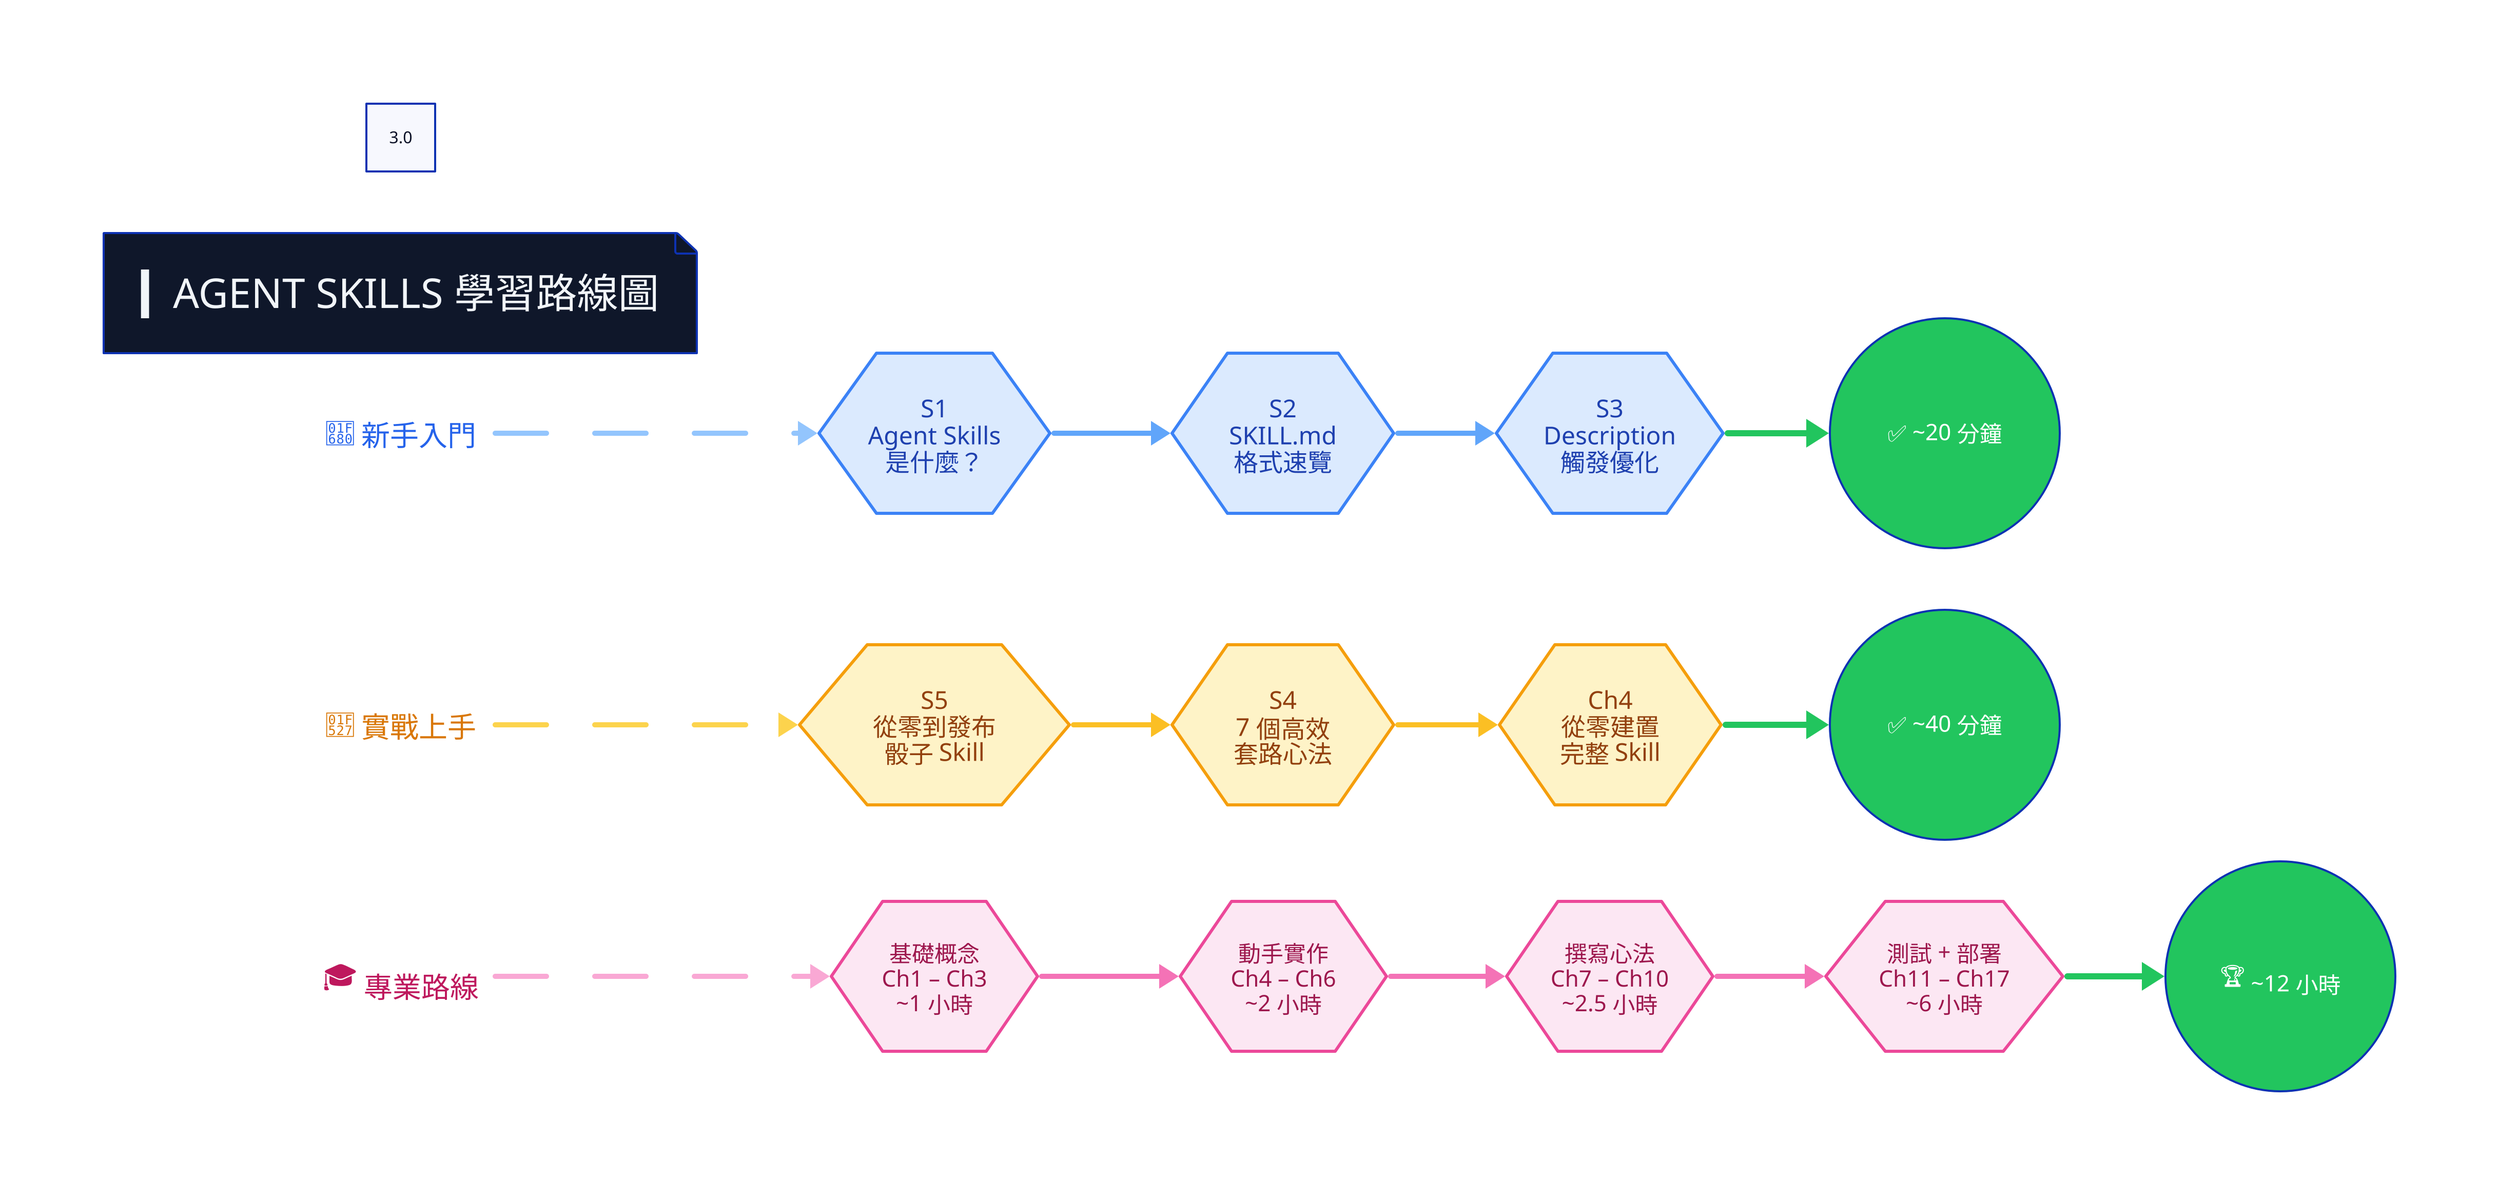
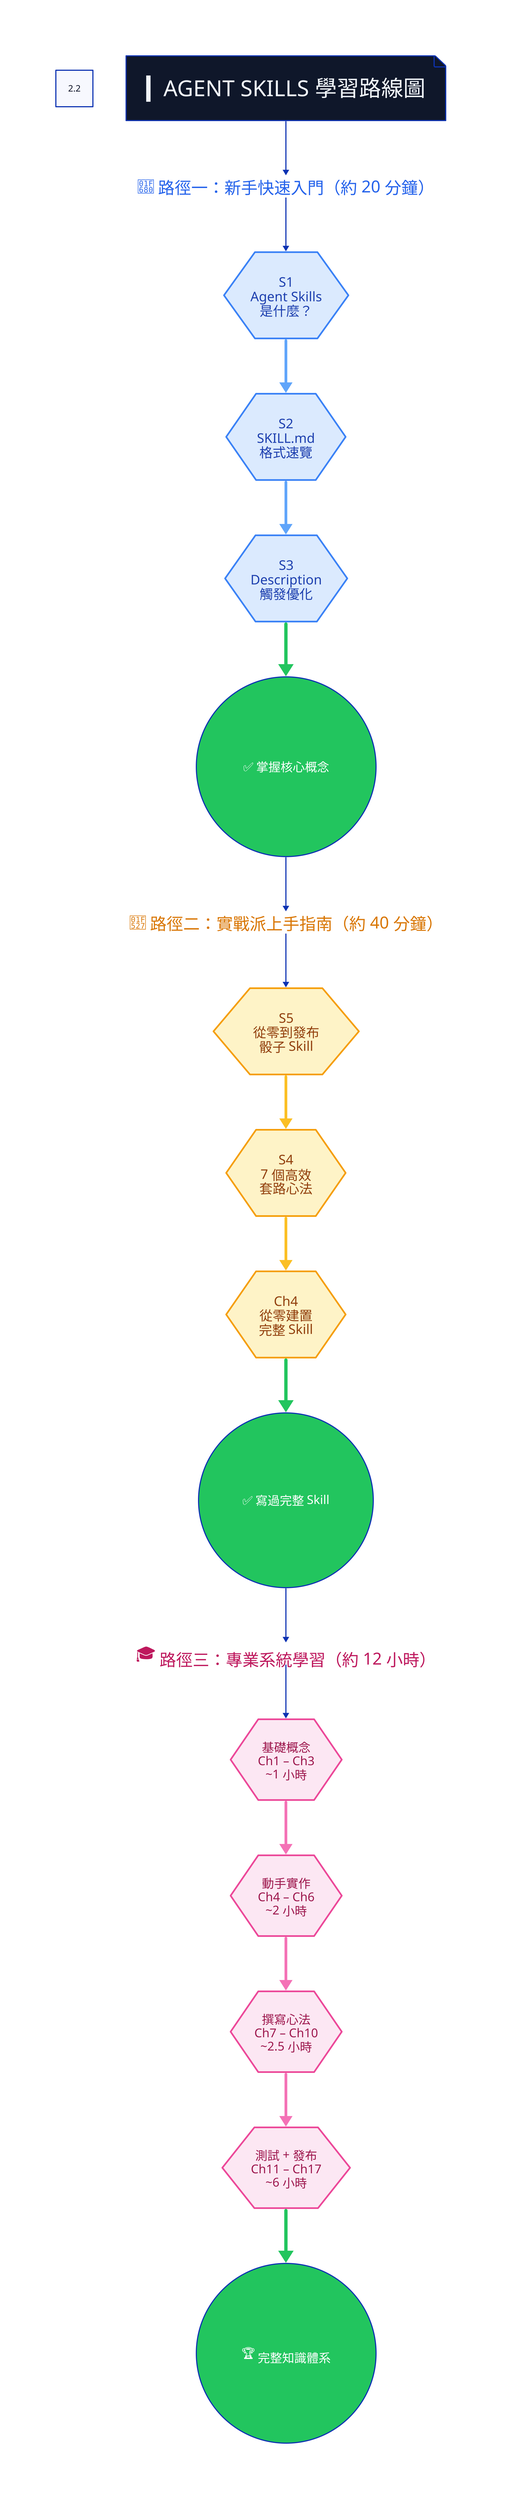
- direction: right
- scale: 3.0
+ direction: down
+ scale: 2.2

title: {
  label: "▎AGENT SKILLS 學習路線圖"
  shape: page
  style.fill: "#0f172a"
  style.font-color: "#f1f5f9"
  style.font-size: 40
  style.bold: true
}

- # ═══ Lane 1: 新手藍 ═══
+ # ═══ L1 新手 ═══
+ title -> L1_label
L1_label: {
-   label: "🚀 新手入門"
-   style.font-size: 28
+   label: "🚀 路徑一：新手快速入門（約 20 分鐘）"
+   style.font-size: 30
  style.font-color: "#2563eb"
  style.bold: true
  shape: text
}
- L1_label -> L1_S1: {
-   style.stroke: "#93c5fd"
-   style.stroke-width: 5
-   style.stroke-dash: 10
- }
+ L1_label -> L1_S1
L1_S1: {
  label: "S1\nAgent Skills\n是什麼？"
  shape: hexagon
  style.fill: "#dbeafe"; style.stroke: "#3b82f6"; style.stroke-width: 3
  style.font-color: "#1e40af"; style.font-size: 24; style.bold: true
}
L1_S1 -> L1_S2: { style.stroke: "#60a5fa"; style.stroke-width: 5 }
L1_S2: {
  label: "S2\nSKILL.md\n格式速覽"
  shape: hexagon
  style.fill: "#dbeafe"; style.stroke: "#3b82f6"; style.stroke-width: 3
  style.font-color: "#1e40af"; style.font-size: 24; style.bold: true
}
L1_S2 -> L1_S3: { style.stroke: "#60a5fa"; style.stroke-width: 5 }
L1_S3: {
  label: "S3\nDescription\n觸發優化"
  shape: hexagon
  style.fill: "#dbeafe"; style.stroke: "#3b82f6"; style.stroke-width: 3
  style.font-color: "#1e40af"; style.font-size: 24; style.bold: true
}
L1_S3 -> L1_DONE: { style.stroke: "#22c55e"; style.stroke-width: 6 }
L1_DONE: {
-   label: "✅ ~20 分鐘"
+   label: "✅ 掌握核心概念"
  shape: circle
  style.fill: "#22c55e"; style.font-color: "white"
  style.font-size: 22; style.bold: true
}

- # ═══ Lane 2: 實戰黃 ═══
+ # ═══ L2 實戰 ═══
+ L1_DONE -> L2_label
L2_label: {
-   label: "🔧 實戰上手"
-   style.font-size: 28; style.font-color: "#d97706"; style.bold: true
+   label: "🔧 路徑二：實戰派上手指南（約 40 分鐘）"
+   style.font-size: 30
+   style.font-color: "#d97706"
+   style.bold: true
  shape: text
}
- L2_label -> L2_S1: {
-   style.stroke: "#fcd34d"; style.stroke-width: 5; style.stroke-dash: 10
- }
+ L2_label -> L2_S1
L2_S1: {
  label: "S5\n從零到發布\n骰子 Skill"
  shape: hexagon
  style.fill: "#fef3c7"; style.stroke: "#f59e0b"; style.stroke-width: 3
  style.font-color: "#92400e"; style.font-size: 24; style.bold: true
}
L2_S1 -> L2_S2: { style.stroke: "#fbbf24"; style.stroke-width: 5 }
L2_S2: {
  label: "S4\n7 個高效\n套路心法"
  shape: hexagon
  style.fill: "#fef3c7"; style.stroke: "#f59e0b"; style.stroke-width: 3
  style.font-color: "#92400e"; style.font-size: 24; style.bold: true
}
L2_S2 -> L2_S3: { style.stroke: "#fbbf24"; style.stroke-width: 5 }
L2_S3: {
  label: "Ch4\n從零建置\n完整 Skill"
  shape: hexagon
  style.fill: "#fef3c7"; style.stroke: "#f59e0b"; style.stroke-width: 3
  style.font-color: "#92400e"; style.font-size: 24; style.bold: true
}
L2_S3 -> L2_DONE: { style.stroke: "#22c55e"; style.stroke-width: 6 }
L2_DONE: {
-   label: "✅ ~40 分鐘"
+   label: "✅ 寫過完整 Skill"
  shape: circle
  style.fill: "#22c55e"; style.font-color: "white"
  style.font-size: 22; style.bold: true
}

- # ═══ Lane 3: 專家粉 ═══
+ # ═══ L3 專家 ═══
+ L2_DONE -> L3_label
L3_label: {
-   label: "🎓 專業路線"
-   style.font-size: 28; style.font-color: "#be185d"; style.bold: true
+   label: "🎓 路徑三：專業系統學習（約 12 小時）"
+   style.font-size: 30
+   style.font-color: "#be185d"
+   style.bold: true
  shape: text
}
- L3_label -> L3_S1: {
-   style.stroke: "#f9a8d4"; style.stroke-width: 5; style.stroke-dash: 10
- }
+ L3_label -> L3_S1
L3_S1: {
  label: "基礎概念\nCh1 – Ch3\n~1 小時"
  shape: hexagon
  style.fill: "#fce7f3"; style.stroke: "#ec4899"; style.stroke-width: 3
  style.font-color: "#9d174d"; style.font-size: 22; style.bold: true
}
L3_S1 -> L3_S2: { style.stroke: "#f472b6"; style.stroke-width: 5 }
L3_S2: {
  label: "動手實作\nCh4 – Ch6\n~2 小時"
  shape: hexagon
  style.fill: "#fce7f3"; style.stroke: "#ec4899"; style.stroke-width: 3
  style.font-color: "#9d174d"; style.font-size: 22; style.bold: true
}
L3_S2 -> L3_S3: { style.stroke: "#f472b6"; style.stroke-width: 5 }
L3_S3: {
  label: "撰寫心法\nCh7 – Ch10\n~2.5 小時"
  shape: hexagon
  style.fill: "#fce7f3"; style.stroke: "#ec4899"; style.stroke-width: 3
  style.font-color: "#9d174d"; style.font-size: 22; style.bold: true
}
L3_S3 -> L3_S4: { style.stroke: "#f472b6"; style.stroke-width: 5 }
L3_S4: {
-   label: "測試 + 部署\nCh11 – Ch17\n~6 小時"
+   label: "測試 + 發布\nCh11 – Ch17\n~6 小時"
  shape: hexagon
  style.fill: "#fce7f3"; style.stroke: "#ec4899"; style.stroke-width: 3
  style.font-color: "#9d174d"; style.font-size: 22; style.bold: true
}
L3_S4 -> L3_DONE: { style.stroke: "#22c55e"; style.stroke-width: 6 }
L3_DONE: {
-   label: "🏆 ~12 小時"
+   label: "🏆 完整知識體系"
  shape: circle
  style.fill: "#22c55e"; style.font-color: "white"
  style.font-size: 22; style.bold: true
}
